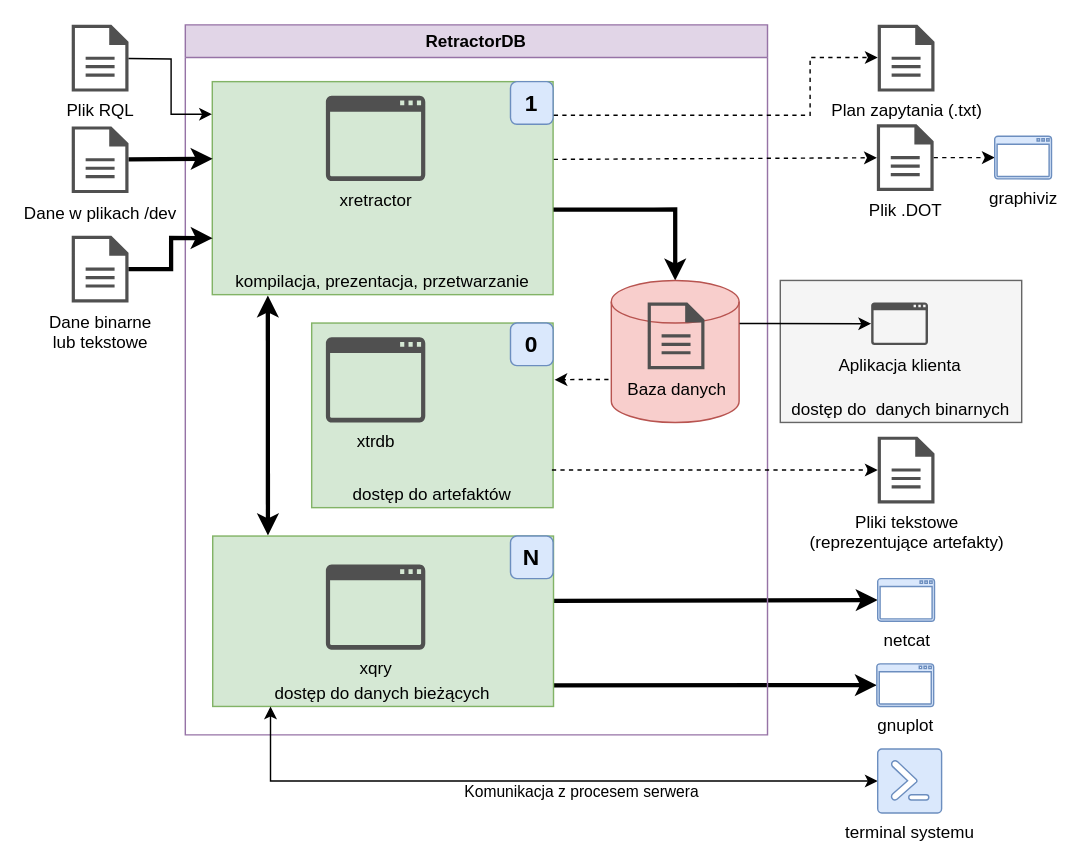
Before: page "Flow - icons" (2 of 11) of assets/zrodlo-rysunkow.drawio in michalwidera/documentation-rdb, a draw.io diagram. Source tidied: cells renumbered, new cells numbered last; positions are measured from the earlier drawing's top-left corner, leaving out a move shared by most shapes. Both pictures are drawn from the tidied source at 142%, with x=0, y=0 at pixel (71, 24).
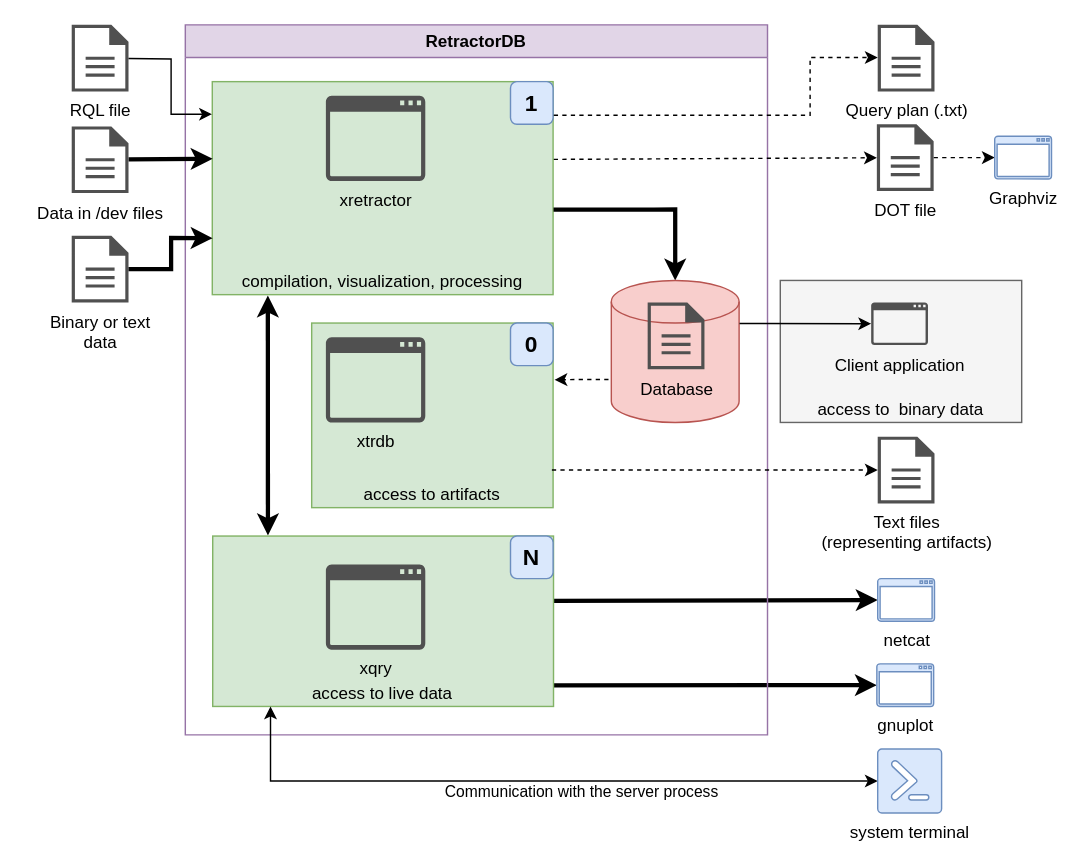
The same diagram, later.

Unchanged cells that the change refers to:
```xml
<mxCell id="5" value="RetractorDB" style="swimlane;whiteSpace=wrap;html=1;fillColor=#e1d5e7;strokeColor=#9673a6;" parent="1" vertex="1">
  <mxGeometry x="80" width="410" height="500" as="geometry" />
</mxCell>
<mxCell id="38" style="edgeStyle=orthogonalEdgeStyle;rounded=0;jettySize=auto;html=1;startArrow=classic;startFill=1;" parent="1" edge="1" source="40">
  <mxGeometry relative="1" as="geometry">
    <mxPoint x="140" y="480" as="targetPoint" />
    <Array as="points">
      <mxPoint x="140" y="533" />
      <mxPoint x="140" y="480" />
    </Array>
  </mxGeometry>
</mxCell>
```

Change to the diagram source:
```diff
@@
-    <mxCell id="7" value="kompilacja, prezentacja, przetwarzanie" style="rounded=0;whiteSpace=wrap;html=1;fillColor=#d5e8d4;strokeColor=#82b366;labelPosition=center;verticalLabelPosition=middle;align=center;verticalAlign=bottom;" parent="5" vertex="1">
+    <mxCell id="7" value="compilation, visualization, processing" style="rounded=0;whiteSpace=wrap;html=1;fillColor=#d5e8d4;strokeColor=#82b366;labelPosition=center;verticalLabelPosition=middle;align=center;verticalAlign=bottom;" parent="5" vertex="1">
       <mxGeometry x="19" y="40" width="240" height="150" as="geometry" />
     </mxCell>
-    <mxCell id="8" value="&lt;div&gt;&lt;span style=&quot;background-color: transparent; color: light-dark(rgb(0, 0, 0), rgb(255, 255, 255));&quot;&gt;dostęp do danych bieżących&lt;/span&gt;&lt;/div&gt;" style="rounded=0;whiteSpace=wrap;html=1;fillColor=#d5e8d4;strokeColor=#82b366;verticalAlign=bottom;" parent="5" vertex="1">
+    <mxCell id="8" value="&lt;div&gt;&lt;span style=&quot;background-color: transparent; color: light-dark(rgb(0, 0, 0), rgb(255, 255, 255));&quot;&gt;access to live data&lt;/span&gt;&lt;/div&gt;" style="rounded=0;whiteSpace=wrap;html=1;fillColor=#d5e8d4;strokeColor=#82b366;verticalAlign=bottom;" parent="5" vertex="1">
       <mxGeometry x="19.3" y="360" width="240" height="120" as="geometry" />
     </mxCell>
-    <mxCell id="9" value="&lt;div&gt;&lt;span style=&quot;background-color: transparent; color: light-dark(rgb(0, 0, 0), rgb(255, 255, 255));&quot;&gt;dostęp do artefaktów&lt;/span&gt;&lt;/div&gt;" style="rounded=0;whiteSpace=wrap;html=1;fillColor=#d5e8d4;strokeColor=#82b366;verticalAlign=bottom;" parent="5" vertex="1">
+    <mxCell id="9" value="&lt;div&gt;&lt;span style=&quot;background-color: transparent; color: light-dark(rgb(0, 0, 0), rgb(255, 255, 255));&quot;&gt;access to artifacts&lt;/span&gt;&lt;/div&gt;" style="rounded=0;whiteSpace=wrap;html=1;fillColor=#d5e8d4;strokeColor=#82b366;verticalAlign=bottom;" parent="5" vertex="1">
       <mxGeometry x="89" y="210" width="170" height="130" as="geometry" />
     </mxCell>
@@
-    <mxCell id="18" value="Baza danych" style="sketch=0;shadow=0;dashed=0;html=1;strokeColor=none;fillColor=#505050;labelPosition=center;verticalLabelPosition=bottom;verticalAlign=top;align=center;shape=mxgraph.office.concepts.document;" parent="5" vertex="1">
+    <mxCell id="18" value="Database" style="sketch=0;shadow=0;dashed=0;html=1;strokeColor=none;fillColor=#505050;labelPosition=center;verticalLabelPosition=bottom;verticalAlign=top;align=center;shape=mxgraph.office.concepts.document;" parent="5" vertex="1">
       <mxGeometry x="325.6" y="195.5" width="40" height="47" as="geometry" />
     </mxCell>
-    <mxCell id="19" value="&lt;div&gt;&lt;span style=&quot;background-color: transparent; color: light-dark(rgb(0, 0, 0), rgb(255, 255, 255));&quot;&gt;dostęp do&amp;nbsp; danych&amp;nbsp;&lt;/span&gt;&lt;span style=&quot;background-color: transparent; color: light-dark(rgb(0, 0, 0), rgb(255, 255, 255));&quot;&gt;binarnych&lt;/span&gt;&lt;/div&gt;" style="rounded=0;whiteSpace=wrap;html=1;fillColor=#f5f5f5;strokeColor=#666666;verticalAlign=bottom;fontColor=#333333;gradientColor=none;" parent="1" vertex="1">
+    <mxCell id="19" value="&lt;div&gt;&lt;span style=&quot;background-color: transparent; color: light-dark(rgb(0, 0, 0), rgb(255, 255, 255));&quot;&gt;access to&amp;nbsp; binary&amp;nbsp;&lt;/span&gt;&lt;span style=&quot;background-color: transparent; color: light-dark(rgb(0, 0, 0), rgb(255, 255, 255));&quot;&gt;data&lt;/span&gt;&lt;/div&gt;" style="rounded=0;whiteSpace=wrap;html=1;fillColor=#f5f5f5;strokeColor=#666666;verticalAlign=bottom;fontColor=#333333;gradientColor=none;" parent="1" vertex="1">
       <mxGeometry x="499" y="180" width="170" height="100" as="geometry" />
     </mxCell>
@@
-    <mxCell id="21" value="Plan zapytania (.txt)" style="sketch=0;shadow=0;dashed=0;html=1;strokeColor=none;fillColor=#505050;labelPosition=center;verticalLabelPosition=bottom;verticalAlign=top;outlineConnect=0;align=center;shape=mxgraph.office.concepts.document;" parent="1" vertex="1">
+    <mxCell id="21" value="Query plan (.txt)" style="sketch=0;shadow=0;dashed=0;html=1;strokeColor=none;fillColor=#505050;labelPosition=center;verticalLabelPosition=bottom;verticalAlign=top;outlineConnect=0;align=center;shape=mxgraph.office.concepts.document;" parent="1" vertex="1">
       <mxGeometry x="567.6" width="40" height="47" as="geometry" />
     </mxCell>
@@
-    <mxCell id="23" value="Plik .DOT" style="sketch=0;shadow=0;dashed=0;html=1;strokeColor=none;fillColor=#505050;labelPosition=center;verticalLabelPosition=bottom;verticalAlign=top;outlineConnect=0;align=center;shape=mxgraph.office.concepts.document;" parent="1" vertex="1">
+    <mxCell id="23" value="DOT file" style="sketch=0;shadow=0;dashed=0;html=1;strokeColor=none;fillColor=#505050;labelPosition=center;verticalLabelPosition=bottom;verticalAlign=top;outlineConnect=0;align=center;shape=mxgraph.office.concepts.document;" parent="1" vertex="1">
       <mxGeometry x="567" y="70" width="40" height="47" as="geometry" />
     </mxCell>
-    <mxCell id="24" value="graphiviz" style="sketch=0;shadow=0;dashed=0;html=1;strokeColor=#6c8ebf;fillColor=#dae8fc;labelPosition=center;verticalLabelPosition=bottom;verticalAlign=top;outlineConnect=0;align=center;shape=mxgraph.office.concepts.application_generic;" parent="1" vertex="1">
+    <mxCell id="24" value="Graphviz" style="sketch=0;shadow=0;dashed=0;html=1;strokeColor=#6c8ebf;fillColor=#dae8fc;labelPosition=center;verticalLabelPosition=bottom;verticalAlign=top;outlineConnect=0;align=center;shape=mxgraph.office.concepts.application_generic;" parent="1" vertex="1">
       <mxGeometry x="650" y="78.5" width="40" height="30" as="geometry" />
     </mxCell>
-    <mxCell id="25" value="Plik RQL" style="sketch=0;shadow=0;dashed=0;html=1;strokeColor=none;fillColor=#505050;labelPosition=center;verticalLabelPosition=bottom;verticalAlign=top;outlineConnect=0;align=center;shape=mxgraph.office.concepts.document;" parent="1" vertex="1">
+    <mxCell id="25" value="RQL file" style="sketch=0;shadow=0;dashed=0;html=1;strokeColor=none;fillColor=#505050;labelPosition=center;verticalLabelPosition=bottom;verticalAlign=top;outlineConnect=0;align=center;shape=mxgraph.office.concepts.document;" parent="1" vertex="1">
       <mxGeometry width="40" height="47" as="geometry" />
     </mxCell>
@@
-    <mxCell id="27" value="Dane w plikach /dev" style="sketch=0;shadow=0;dashed=0;html=1;strokeColor=none;fillColor=#505050;labelPosition=center;verticalLabelPosition=bottom;verticalAlign=top;outlineConnect=0;align=center;shape=mxgraph.office.concepts.document;" parent="1" vertex="1">
+    <mxCell id="27" value="Data in /dev files" style="sketch=0;shadow=0;dashed=0;html=1;strokeColor=none;fillColor=#505050;labelPosition=center;verticalLabelPosition=bottom;verticalAlign=top;outlineConnect=0;align=center;shape=mxgraph.office.concepts.document;" parent="1" vertex="1">
       <mxGeometry y="71.5" width="40" height="47" as="geometry" />
     </mxCell>
-    <mxCell id="28" value="Dane binarne&lt;div&gt;lub tekstowe&lt;/div&gt;" style="sketch=0;shadow=0;dashed=0;html=1;strokeColor=none;fillColor=#505050;labelPosition=center;verticalLabelPosition=bottom;verticalAlign=top;outlineConnect=0;align=center;shape=mxgraph.office.concepts.document;spacingTop=0;spacing=2;spacingRight=0;" parent="1" vertex="1">
+    <mxCell id="28" value="Binary or text&lt;div&gt;data&lt;/div&gt;" style="sketch=0;shadow=0;dashed=0;html=1;strokeColor=none;fillColor=#505050;labelPosition=center;verticalLabelPosition=bottom;verticalAlign=top;outlineConnect=0;align=center;shape=mxgraph.office.concepts.document;spacingTop=0;spacing=2;spacingRight=0;" parent="1" vertex="1">
       <mxGeometry y="148.5" width="40" height="47" as="geometry" />
     </mxCell>
@@
-    <mxCell id="31" value="Aplikacja klienta" style="sketch=0;shadow=0;dashed=0;html=1;strokeColor=none;fillColor=#505050;labelPosition=center;verticalLabelPosition=bottom;verticalAlign=top;outlineConnect=0;align=center;shape=mxgraph.office.concepts.application_generic;" parent="1" vertex="1">
+    <mxCell id="31" value="Client application" style="sketch=0;shadow=0;dashed=0;html=1;strokeColor=none;fillColor=#505050;labelPosition=center;verticalLabelPosition=bottom;verticalAlign=top;outlineConnect=0;align=center;shape=mxgraph.office.concepts.application_generic;" parent="1" vertex="1">
       <mxGeometry x="563" y="195.5" width="40" height="30" as="geometry" />
     </mxCell>
@@
-    <mxCell id="36" value="Pliki tekstowe&lt;div&gt;(reprezentujące artefakty)&lt;/div&gt;" style="sketch=0;shadow=0;dashed=0;html=1;strokeColor=none;fillColor=#505050;labelPosition=center;verticalLabelPosition=bottom;verticalAlign=top;outlineConnect=0;align=center;shape=mxgraph.office.concepts.document;" parent="1" vertex="1">
+    <mxCell id="36" value="Text files&lt;div&gt;(representing artifacts)&lt;/div&gt;" style="sketch=0;shadow=0;dashed=0;html=1;strokeColor=none;fillColor=#505050;labelPosition=center;verticalLabelPosition=bottom;verticalAlign=top;outlineConnect=0;align=center;shape=mxgraph.office.concepts.document;" parent="1" vertex="1">
       <mxGeometry x="567.6" y="290" width="40" height="47" as="geometry" />
     </mxCell>
@@
-    <mxCell id="39" value="Komunikacja z procesem serwera" style="edgeLabel;html=1;align=center;verticalAlign=middle;" parent="38" vertex="1">
+    <mxCell id="39" value="Communication with the server process" style="edgeLabel;html=1;align=center;verticalAlign=middle;" parent="38" vertex="1">
       <mxGeometry x="-0.21" y="2" relative="1" as="geometry">
         <mxPoint x="-19" y="5" as="offset" />
       </mxGeometry>
     </mxCell>
-    <mxCell id="40" value="terminal systemu" style="sketch=0;shadow=0;dashed=0;html=1;strokeColor=#6c8ebf;fillColor=#dae8fc;labelPosition=center;verticalLabelPosition=bottom;verticalAlign=top;outlineConnect=0;align=center;shape=mxgraph.office.concepts.powershell;" parent="1" vertex="1">
+    <mxCell id="40" value="system terminal" style="sketch=0;shadow=0;dashed=0;html=1;strokeColor=#6c8ebf;fillColor=#dae8fc;labelPosition=center;verticalLabelPosition=bottom;verticalAlign=top;outlineConnect=0;align=center;shape=mxgraph.office.concepts.powershell;" parent="1" vertex="1">
       <mxGeometry x="567.6" y="510" width="45" height="45" as="geometry" />
     </mxCell>
```
